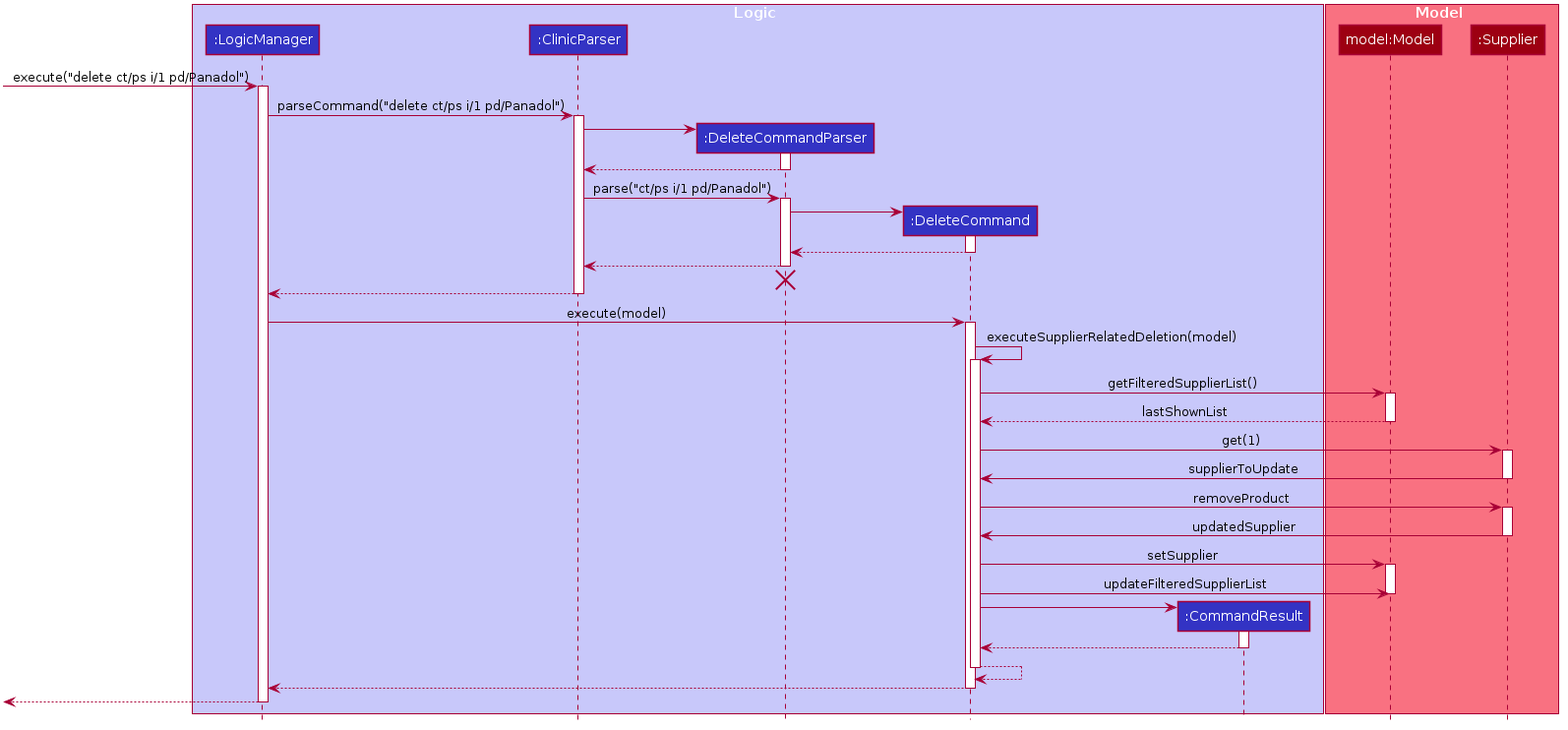
Before: docs/images/DeleteCommandSequenceDiagram2.png, a diagram exported from PlantUML (tohyuting/tp).
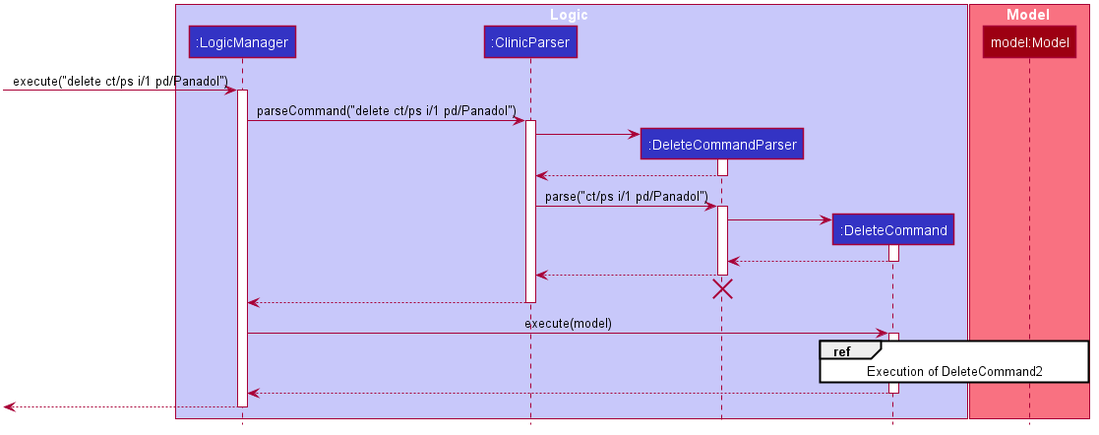
After the change.

Commit message:
Edit UML diagram

The edit, as a diff of the source:
```diff
@@ -53,12 +53,10 @@
 participant ":ClinicParser" as ClinicParser #3333C4
 participant ":DeleteCommandParser" as DeleteCommandParser #3333C4
 participant ":DeleteCommand" as DeleteCommand #3333C4
-participant ":CommandResult" as CommandResult #3333C4
 end box
 
 box Model #F97181
 participant "model:Model" as Model #9D0012
-participant ":Supplier" as Supplier #9D0012
 end box
 
 [-> LogicManager : execute("delete ct/ps i/1 pd/Panadol")
@@ -95,35 +93,9 @@
 LogicManager -> DeleteCommand : execute(model)
 activate DeleteCommand
 
-DeleteCommand -> DeleteCommand : executeSupplierRelatedDeletion(model)
-activate DeleteCommand
-DeleteCommand -> Model : getFilteredSupplierList()
-activate Model
-Model --> DeleteCommand : lastShownList
-deactivate Model
-DeleteCommand -> Supplier : get(1)
-activate Supplier
-Supplier -> DeleteCommand : supplierToUpdate
-deactivate Supplier
-
-DeleteCommand -> Supplier : removeProduct
-activate Supplier
-Supplier -> DeleteCommand : updatedSupplier
-deactivate Supplier
-DeleteCommand -> Model : setSupplier
-
-activate Model
-DeleteCommand -> Model : updateFilteredSupplierList
-deactivate Model
-
-create CommandResult
-DeleteCommand -> CommandResult
-activate CommandResult
-
-CommandResult --> DeleteCommand
-deactivate CommandResult
-DeleteCommand --> DeleteCommand
-deactivate DeleteCommand
+ref over DeleteCommand, Model
+Execution of DeleteCommand2
+end
 
 DeleteCommand --> LogicManager
 deactivate DeleteCommand
```
